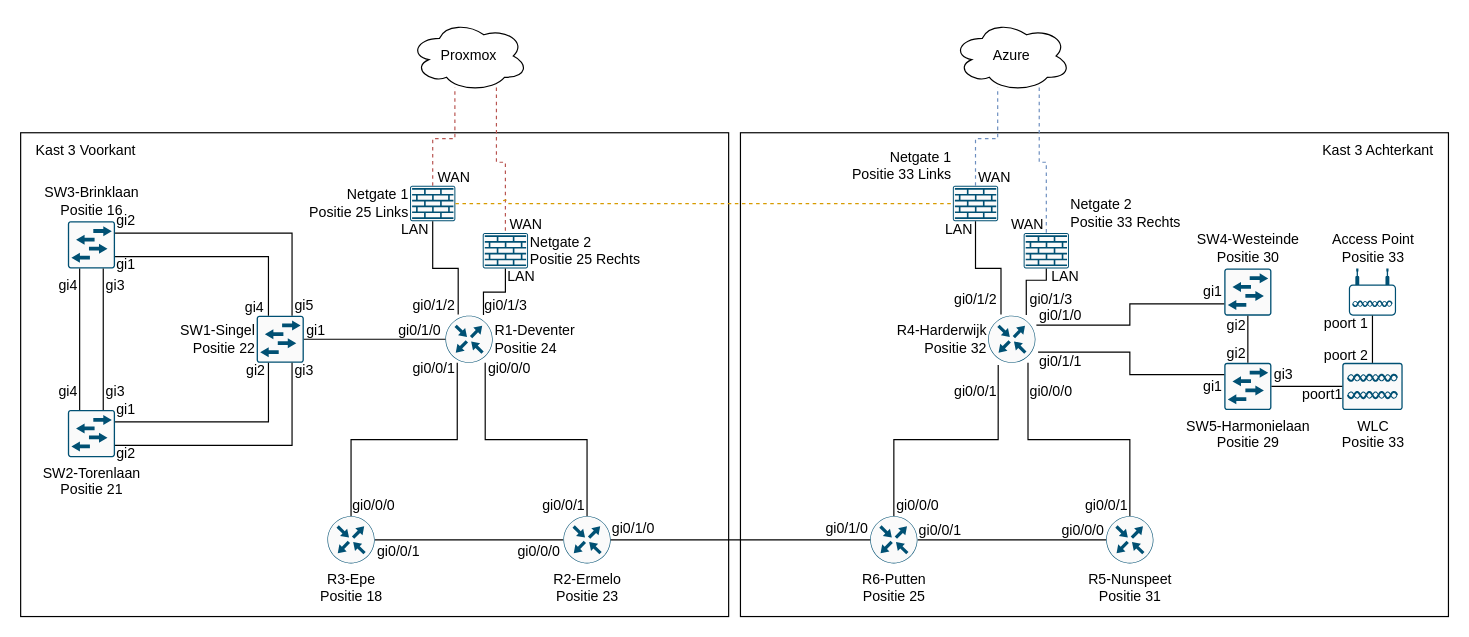
This is Layer 1 Samenwerking.drawio from TomDarkVirus/project-hdw, a draw.io file, before an edit. Source tidied: cells renumbered, new cells numbered last; positions are measured from the earlier drawing's top-left corner, leaving out a move shared by most shapes. Both pictures are drawn from the tidied source at 118%, with x=0, y=0 at pixel (20, 20).
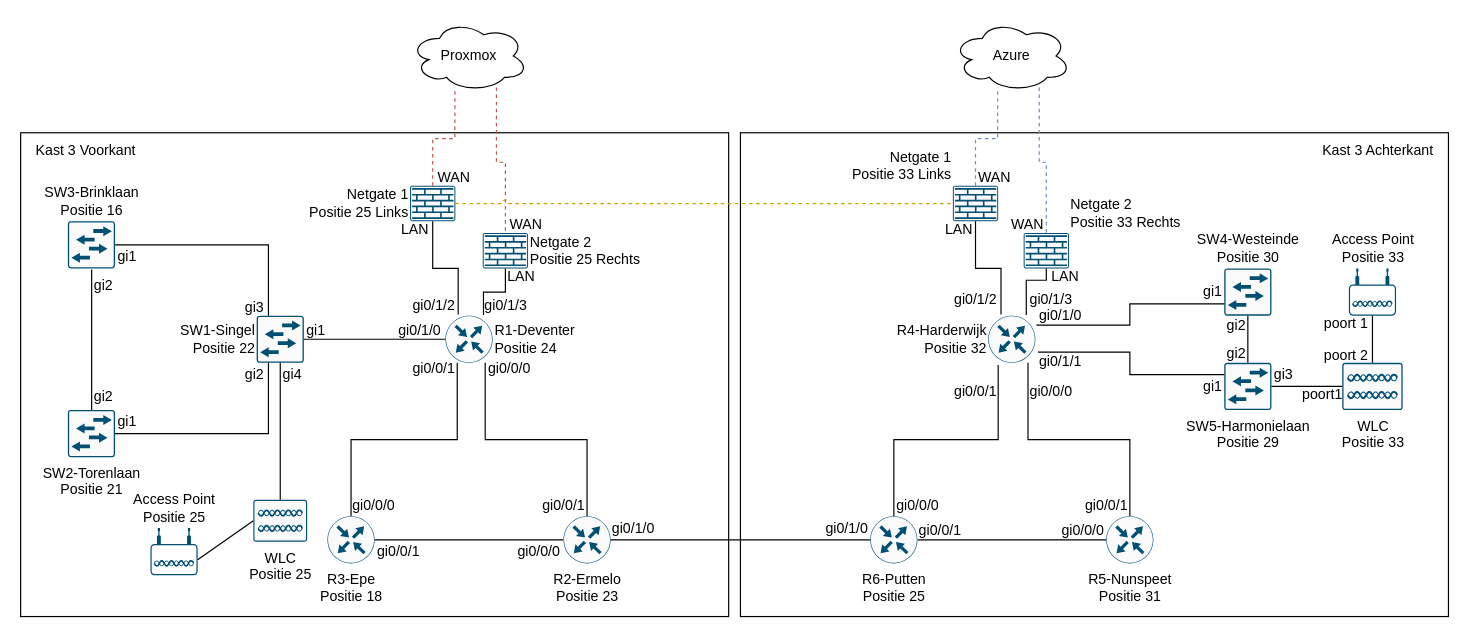
The same page after the edit.

The change refers to these unchanged cells:
```xml
<mxCell id="35" value="SW1-Singel&lt;br&gt;Positie 22" style="sketch=0;points=[[0.015,0.015,0],[0.985,0.015,0],[0.985,0.985,0],[0.015,0.985,0],[0.25,0,0],[0.5,0,0],[0.75,0,0],[1,0.25,0],[1,0.5,0],[1,0.75,0],[0.75,1,0],[0.5,1,0],[0.25,1,0],[0,0.75,0],[0,0.5,0],[0,0.25,0]];verticalLabelPosition=middle;html=1;verticalAlign=middle;align=right;shape=mxgraph.cisco19.rect;prIcon=l2_switch;fillColor=#FAFAFA;strokeColor=#005073;labelPosition=left;spacing=2;" parent="1" vertex="1">
  <mxGeometry x="200" y="250" width="40" height="40" as="geometry" />
</mxCell>
<mxCell id="37" value="SW2-Torenlaan&lt;br&gt;Positie 21" style="sketch=0;points=[[0.015,0.015,0],[0.985,0.015,0],[0.985,0.985,0],[0.015,0.985,0],[0.25,0,0],[0.5,0,0],[0.75,0,0],[1,0.25,0],[1,0.5,0],[1,0.75,0],[0.75,1,0],[0.5,1,0],[0.25,1,0],[0,0.75,0],[0,0.5,0],[0,0.25,0]];verticalLabelPosition=bottom;html=1;verticalAlign=top;align=center;shape=mxgraph.cisco19.rect;prIcon=l2_switch;fillColor=#FAFAFA;strokeColor=#005073;" parent="1" vertex="1">
  <mxGeometry x="40" y="330" width="40" height="40" as="geometry" />
</mxCell>
<mxCell id="38" value="SW3-Brinklaan&lt;br&gt;Positie 16" style="sketch=0;points=[[0.015,0.015,0],[0.985,0.015,0],[0.985,0.985,0],[0.015,0.985,0],[0.25,0,0],[0.5,0,0],[0.75,0,0],[1,0.25,0],[1,0.5,0],[1,0.75,0],[0.75,1,0],[0.5,1,0],[0.25,1,0],[0,0.75,0],[0,0.5,0],[0,0.25,0]];verticalLabelPosition=top;html=1;verticalAlign=bottom;align=center;shape=mxgraph.cisco19.rect;prIcon=l2_switch;fillColor=#FAFAFA;strokeColor=#005073;labelPosition=center;" parent="1" vertex="1">
  <mxGeometry x="40" y="170" width="40" height="40" as="geometry" />
</mxCell>
```

Diff of the diagram source:
```diff
@@
-    <mxCell id="39" style="edgeStyle=orthogonalEdgeStyle;rounded=0;jettySize=auto;html=1;exitX=0.25;exitY=1;exitDx=0;exitDy=0;exitPerimeter=0;entryX=1;entryY=0.25;entryDx=0;entryDy=0;entryPerimeter=0;endArrow=none;endFill=0;" parent="1" edge="1" source="35" target="37">
-      <mxGeometry relative="1" as="geometry" />
+    <mxCell id="39" style="edgeStyle=orthogonalEdgeStyle;rounded=0;jettySize=auto;html=1;entryX=1;entryY=0.5;entryDx=0;entryDy=0;entryPerimeter=0;endArrow=none;endFill=0;exitX=0.8;exitY=0.167;exitDx=0;exitDy=0;exitPerimeter=0;" parent="1" edge="1" source="65" target="37">
+      <mxGeometry relative="1" as="geometry">
+        <Array as="points">
+          <mxPoint x="210" y="350" />
+        </Array>
+      </mxGeometry>
     </mxCell>
-    <mxCell id="40" style="edgeStyle=orthogonalEdgeStyle;rounded=0;jettySize=auto;html=1;exitX=0.75;exitY=1;exitDx=0;exitDy=0;exitPerimeter=0;entryX=1;entryY=0.75;entryDx=0;entryDy=0;entryPerimeter=0;endArrow=none;endFill=0;" parent="1" edge="1" source="35" target="37">
-      <mxGeometry relative="1" as="geometry" />
-    </mxCell>
-    <mxCell id="41" style="edgeStyle=orthogonalEdgeStyle;rounded=0;jettySize=auto;html=1;exitX=0.75;exitY=0;exitDx=0;exitDy=0;exitPerimeter=0;entryX=0.75;entryY=1;entryDx=0;entryDy=0;entryPerimeter=0;endArrow=none;endFill=0;" parent="1" edge="1" source="37" target="38">
-      <mxGeometry relative="1" as="geometry" />
+    <mxCell id="41" style="edgeStyle=orthogonalEdgeStyle;rounded=0;jettySize=auto;html=1;exitX=0.5;exitY=0;exitDx=0;exitDy=0;exitPerimeter=0;entryX=0.254;entryY=0.032;entryDx=0;entryDy=0;entryPerimeter=0;endArrow=none;endFill=0;" parent="1" edge="1" source="37" target="74">
+      <mxGeometry relative="1" as="geometry">
+        <Array as="points">
+          <mxPoint x="60" y="210" />
+          <mxPoint x="60" y="210" />
+        </Array>
+      </mxGeometry>
     </mxCell>
-    <mxCell id="42" style="edgeStyle=orthogonalEdgeStyle;rounded=0;jettySize=auto;html=1;exitX=0.25;exitY=1;exitDx=0;exitDy=0;exitPerimeter=0;entryX=0.25;entryY=0;entryDx=0;entryDy=0;entryPerimeter=0;endArrow=none;endFill=0;" parent="1" edge="1" source="38" target="37">
-      <mxGeometry relative="1" as="geometry" />
-    </mxCell>
-    <mxCell id="43" style="edgeStyle=orthogonalEdgeStyle;rounded=0;jettySize=auto;html=1;exitX=0.25;exitY=0;exitDx=0;exitDy=0;exitPerimeter=0;entryX=1;entryY=0.75;entryDx=0;entryDy=0;entryPerimeter=0;endArrow=none;endFill=0;" parent="1" edge="1" source="35" target="38">
-      <mxGeometry relative="1" as="geometry" />
+    <mxCell id="43" style="edgeStyle=orthogonalEdgeStyle;rounded=0;jettySize=auto;html=1;exitX=0.25;exitY=0;exitDx=0;exitDy=0;exitPerimeter=0;endArrow=none;endFill=0;entryX=0.25;entryY=0.167;entryDx=0;entryDy=0;entryPerimeter=0;" parent="1" edge="1" source="35" target="72">
+      <mxGeometry relative="1" as="geometry">
+        <Array as="points">
+          <mxPoint x="210" y="190" />
+        </Array>
+      </mxGeometry>
     </mxCell>
-    <mxCell id="44" style="edgeStyle=orthogonalEdgeStyle;rounded=0;jettySize=auto;html=1;exitX=0.75;exitY=0;exitDx=0;exitDy=0;exitPerimeter=0;entryX=1;entryY=0.25;entryDx=0;entryDy=0;entryPerimeter=0;endArrow=none;endFill=0;" parent="1" edge="1" source="35" target="38">
-      <mxGeometry relative="1" as="geometry" />
-    </mxCell>
@@
     <mxCell id="65" value="gi2" style="text;html=1;align=center;verticalAlign=middle;points=[];strokeColor=none;fillColor=none;" parent="1" vertex="1">
-      <mxGeometry x="179" y="282" width="40" height="30" as="geometry" />
+      <mxGeometry x="178" y="285" width="40" height="30" as="geometry" />
     </mxCell>
-    <mxCell id="66" value="gi3" style="text;html=1;align=center;verticalAlign=middle;strokeColor=none;fillColor=none;" parent="1" vertex="1">
-      <mxGeometry x="220" y="282" width="40" height="30" as="geometry" />
-    </mxCell>
     <mxCell id="67" value="gi1" style="text;html=1;align=center;verticalAlign=middle;strokeColor=none;fillColor=none;" parent="1" vertex="1">
-      <mxGeometry x="69" y="315" width="40" height="30" as="geometry" />
+      <mxGeometry x="70" y="325" width="40" height="30" as="geometry" />
     </mxCell>
-    <mxCell id="68" value="gi2" style="text;html=1;align=center;verticalAlign=middle;strokeColor=none;fillColor=none;" parent="1" vertex="1">
-      <mxGeometry x="69" y="352" width="40" height="30" as="geometry" />
-    </mxCell>
-    <mxCell id="69" value="gi4" style="text;html=1;align=center;verticalAlign=middle;strokeColor=none;fillColor=none;" parent="1" vertex="1">
+    <mxCell id="69" value="gi3" style="text;html=1;align=center;verticalAlign=middle;strokeColor=none;fillColor=none;" parent="1" vertex="1">
       <mxGeometry x="178" y="228" width="40" height="30" as="geometry" />
     </mxCell>
-    <mxCell id="70" value="gi5" style="text;html=1;align=center;verticalAlign=middle;strokeColor=none;fillColor=none;" parent="1" vertex="1">
-      <mxGeometry x="220" y="227" width="40" height="30" as="geometry" />
-    </mxCell>
-    <mxCell id="71" value="gi2" style="text;html=1;align=center;verticalAlign=middle;strokeColor=none;fillColor=none;" parent="1" vertex="1">
-      <mxGeometry x="69" y="155" width="40" height="30" as="geometry" />
-    </mxCell>
     <mxCell id="72" value="gi1" style="text;html=1;align=center;verticalAlign=middle;points=[];strokeColor=none;fillColor=none;" parent="1" vertex="1">
-      <mxGeometry x="69" y="192" width="40" height="30" as="geometry" />
+      <mxGeometry x="70" y="185" width="40" height="30" as="geometry" />
     </mxCell>
-    <mxCell id="73" value="gi3" style="text;html=1;align=center;verticalAlign=middle;strokeColor=none;fillColor=none;" parent="1" vertex="1">
-      <mxGeometry x="60" y="300" width="40" height="30" as="geometry" />
+    <mxCell id="73" value="gi2" style="text;html=1;align=center;verticalAlign=middle;strokeColor=none;fillColor=none;" parent="1" vertex="1">
+      <mxGeometry x="50" y="304" width="40" height="30" as="geometry" />
     </mxCell>
-    <mxCell id="74" value="gi3" style="text;html=1;align=center;verticalAlign=middle;points=[];strokeColor=none;fillColor=none;" parent="1" vertex="1">
-      <mxGeometry x="60" y="210" width="40" height="30" as="geometry" />
+    <mxCell id="74" value="gi2" style="text;html=1;align=center;verticalAlign=middle;points=[];strokeColor=none;fillColor=none;" parent="1" vertex="1">
+      <mxGeometry x="50" y="210" width="40" height="30" as="geometry" />
     </mxCell>
-    <mxCell id="75" value="gi4" style="text;html=1;align=center;verticalAlign=middle;strokeColor=none;fillColor=none;" parent="1" vertex="1">
-      <mxGeometry x="20" y="210" width="40" height="30" as="geometry" />
-    </mxCell>
-    <mxCell id="76" value="gi4" style="text;html=1;align=center;verticalAlign=middle;strokeColor=none;fillColor=none;" parent="1" vertex="1">
-      <mxGeometry x="20" y="300" width="40" height="30" as="geometry" />
-    </mxCell>
@@
+    <mxCell id="103" value="WLC&lt;br&gt;Positie 25" style="sketch=0;points=[[0.015,0.015,0],[0.985,0.015,0],[0.985,0.985,0],[0.015,0.985,0],[0.25,0,0],[0.5,0,0],[0.75,0,0],[1,0.25,0],[1,0.5,0],[1,0.75,0],[0.75,1,0],[0.5,1,0],[0.25,1,0],[0,0.75,0],[0,0.5,0],[0,0.25,0]];verticalLabelPosition=bottom;html=1;verticalAlign=top;align=center;shape=mxgraph.cisco19.rect;prIcon=dual_mode_access_point;fillColor=#FAFAFA;strokeColor=#005073;" parent="1" vertex="1">
+      <mxGeometry x="197.2" y="406" width="45.6" height="35.6" as="geometry" />
+    </mxCell>
+    <mxCell id="104" value="Access Point&lt;br&gt;Positie 25&lt;br&gt;" style="points=[[0.03,0.36,0],[0.18,0,0],[0.5,0.34,0],[0.82,0,0],[0.97,0.36,0],[1,0.67,0],[0.975,0.975,0],[0.5,1,0],[0.025,0.975,0],[0,0.67,0]];verticalLabelPosition=top;sketch=0;html=1;verticalAlign=bottom;align=center;shape=mxgraph.cisco19.wireless_access_point;fillColor=#005073;strokeColor=none;labelPosition=center;" parent="1" vertex="1">
+      <mxGeometry x="110" y="430" width="40" height="40" as="geometry" />
+    </mxCell>
+    <mxCell id="105" style="endArrow=none;html=1;rounded=0;exitX=0.5;exitY=0;exitDx=0;exitDy=0;exitPerimeter=0;entryX=0.5;entryY=1;entryDx=0;entryDy=0;entryPerimeter=0;" parent="1" edge="1" source="103" target="35">
+      <mxGeometry relative="1" as="geometry" />
+    </mxCell>
+    <mxCell id="106" style="endArrow=none;html=1;rounded=0;exitX=0;exitY=0.5;exitDx=0;exitDy=0;exitPerimeter=0;entryX=1;entryY=0.67;entryDx=0;entryDy=0;entryPerimeter=0;" parent="1" edge="1" source="103" target="104">
+      <mxGeometry relative="1" as="geometry" />
+    </mxCell>
+    <mxCell id="107" value="gi4" style="text;html=1;align=center;verticalAlign=middle;strokeColor=none;fillColor=none;" parent="1" vertex="1">
+      <mxGeometry x="210" y="285" width="40" height="30" as="geometry" />
+    </mxCell>
```
